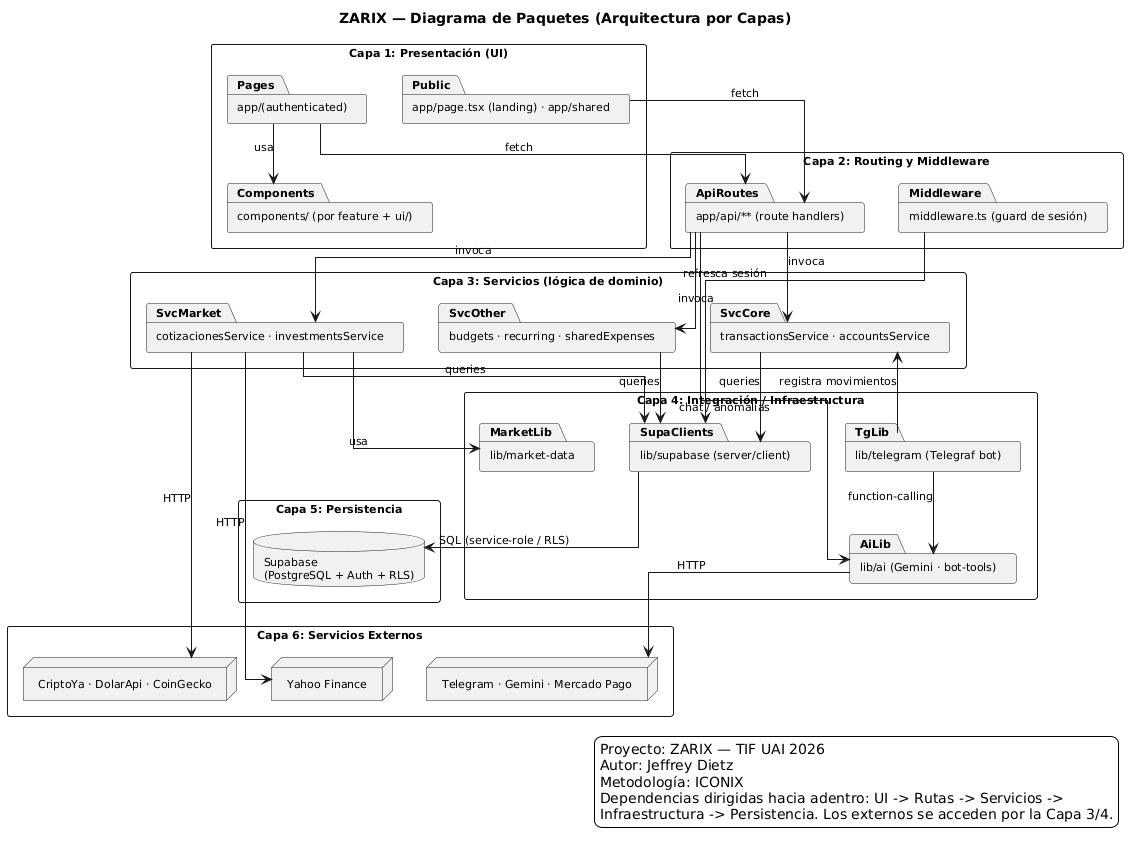
Before: docs/tif/png/fig06_paquetes.png, a diagram exported from PlantUML (jeffreydtz/zarix).
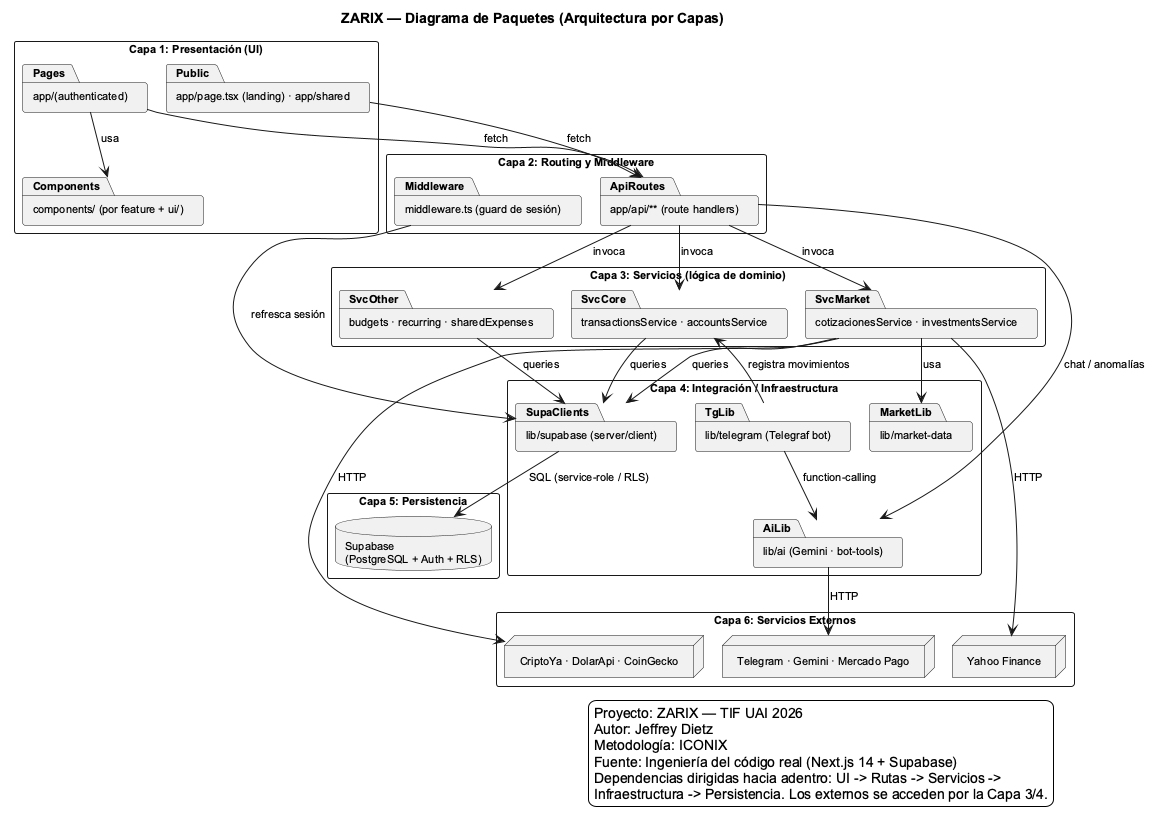
Later version of the same file.

Diff of the diagram source:
```diff
@@ -1,4 +1,5 @@
-@startuml
+@startuml D-ARQ-PKG-001 — Diagrama de Paquetes de Zarix
+!pragma layout smetana
 title ZARIX — Diagrama de Paquetes (Arquitectura por Capas)
 
 skinparam shadowing false
@@ -65,7 +66,9 @@
 Proyecto: ZARIX — TIF UAI 2026
 Autor: Jeffrey Dietz
 Metodología: ICONIX
+Fuente: Ingeniería del código real (Next.js 14 + Supabase)
 Dependencias dirigidas hacia adentro: UI -> Rutas -> Servicios ->
 Infraestructura -> Persistencia. Los externos se acceden por la Capa 3/4.
 endlegend
+
 @enduml
```
